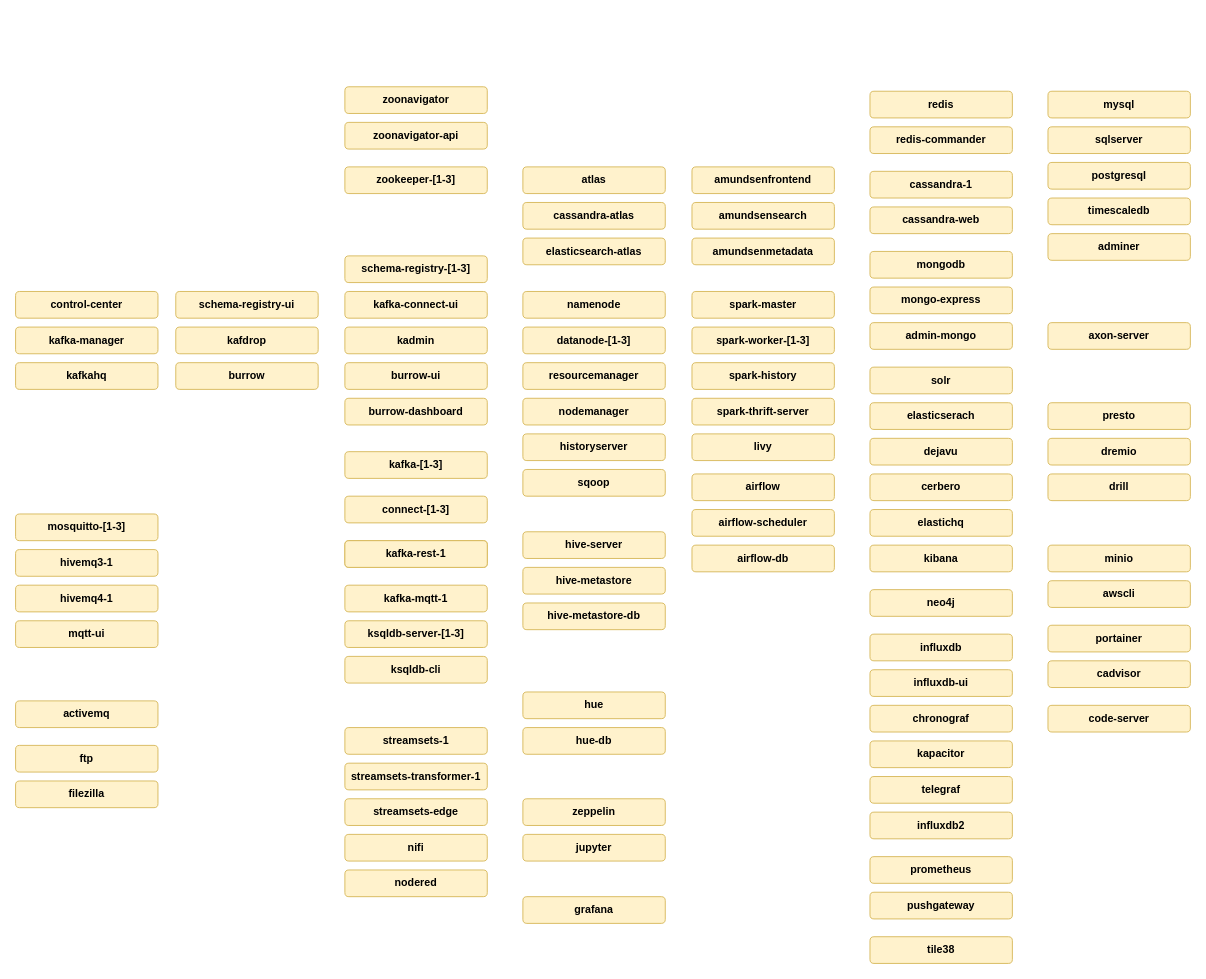
The draw.io diagram page "Page-1" (1 of 3) of platform-stacks/modern-data-platform/documentation/drawio/modern-data-platform.drawio in TrivadisPF/platys-modern-data-platform, before the edit. Source tidied: cells renumbered, new cells numbered last; positions are measured from the earlier drawing's top-left corner, leaving out a move shared by most shapes. Both pictures are drawn from the tidied source at 89%, with x=0, y=0 at pixel (15, 86).
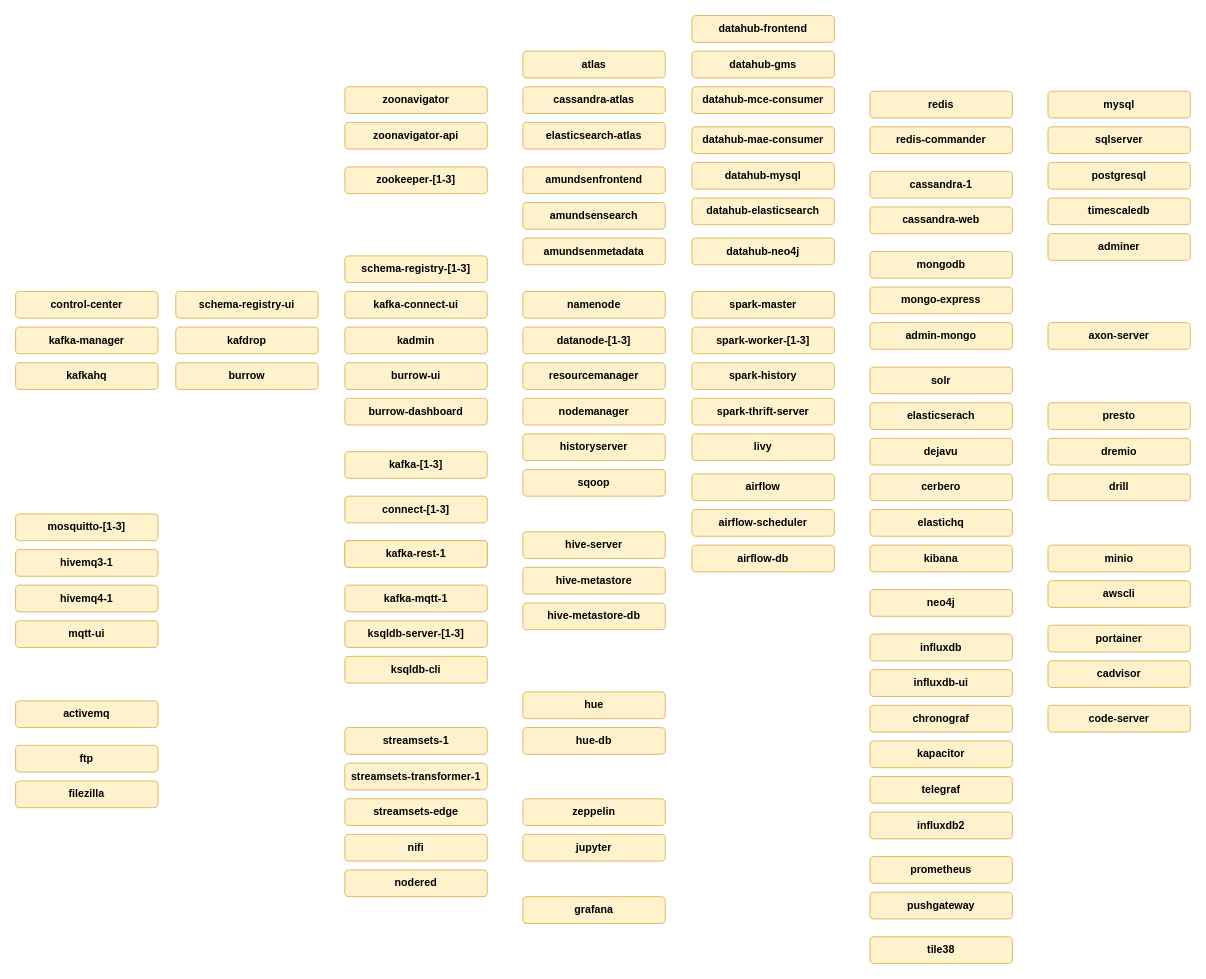
After the change.

Commit message (it also covers changes not shown here):
add support for DataHub #135

What changed in the source:
```diff
@@
     <mxCell id="4" value="&lt;span&gt;atlas&lt;/span&gt;" style="rounded=1;whiteSpace=wrap;html=1;fillColor=#fff2cc;strokeColor=#d6b656;fontStyle=1;" parent="1" vertex="1">
-      <mxGeometry x="570" y="90" width="160" height="30" as="geometry" />
+      <mxGeometry x="570" y="-40" width="160" height="30" as="geometry" />
     </mxCell>
@@
     <mxCell id="38" value="&lt;span&gt;cassandra-atlas&lt;/span&gt;" style="rounded=1;whiteSpace=wrap;html=1;fillColor=#fff2cc;strokeColor=#d6b656;fontStyle=1;" parent="1" vertex="1">
-      <mxGeometry x="570" y="130" width="160" height="30" as="geometry" />
+      <mxGeometry x="570" width="160" height="30" as="geometry" />
     </mxCell>
     <mxCell id="39" value="&lt;span&gt;elasticsearch-atlas&lt;/span&gt;" style="rounded=1;whiteSpace=wrap;html=1;fillColor=#fff2cc;strokeColor=#d6b656;fontStyle=1;" parent="1" vertex="1">
-      <mxGeometry x="570" y="170" width="160" height="30" as="geometry" />
+      <mxGeometry x="570" y="40" width="160" height="30" as="geometry" />
     </mxCell>
     <mxCell id="40" value="&lt;span&gt;amundsenfrontend&lt;/span&gt;" style="rounded=1;whiteSpace=wrap;html=1;fillColor=#fff2cc;strokeColor=#d6b656;fontStyle=1;" parent="1" vertex="1">
-      <mxGeometry x="760" y="90" width="160" height="30" as="geometry" />
+      <mxGeometry x="570" y="90" width="160" height="30" as="geometry" />
     </mxCell>
     <mxCell id="41" value="&lt;span&gt;amundsensearch&lt;/span&gt;" style="rounded=1;whiteSpace=wrap;html=1;fillColor=#fff2cc;strokeColor=#d6b656;fontStyle=1;" parent="1" vertex="1">
-      <mxGeometry x="760" y="130" width="160" height="30" as="geometry" />
+      <mxGeometry x="570" y="130" width="160" height="30" as="geometry" />
     </mxCell>
     <mxCell id="42" value="&lt;span&gt;amundsenmetadata&lt;/span&gt;" style="rounded=1;whiteSpace=wrap;html=1;fillColor=#fff2cc;strokeColor=#d6b656;fontStyle=1;" parent="1" vertex="1">
-      <mxGeometry x="760" y="170" width="160" height="30" as="geometry" />
+      <mxGeometry x="570" y="170" width="160" height="30" as="geometry" />
     </mxCell>
@@
+    <mxCell id="100" value="&lt;span&gt;datahub-frontend&lt;/span&gt;" style="rounded=1;whiteSpace=wrap;html=1;fillColor=#fff2cc;strokeColor=#d6b656;fontStyle=1;" parent="1" vertex="1">
+      <mxGeometry x="760" y="-80" width="160" height="30" as="geometry" />
+    </mxCell>
+    <mxCell id="101" value="datahub-gms" style="rounded=1;whiteSpace=wrap;html=1;fillColor=#fff2cc;strokeColor=#d6b656;fontStyle=1;" parent="1" vertex="1">
+      <mxGeometry x="760" y="-40" width="160" height="30" as="geometry" />
+    </mxCell>
+    <mxCell id="102" value="&lt;span&gt;datahub-mce-consumer&lt;/span&gt;" style="rounded=1;whiteSpace=wrap;html=1;fillColor=#fff2cc;strokeColor=#d6b656;fontStyle=1;" parent="1" vertex="1">
+      <mxGeometry x="760" width="160" height="30" as="geometry" />
+    </mxCell>
+    <mxCell id="103" value="&lt;span&gt;datahub-mae-consumer&lt;/span&gt;" style="rounded=1;whiteSpace=wrap;html=1;fillColor=#fff2cc;strokeColor=#d6b656;fontStyle=1;" parent="1" vertex="1">
+      <mxGeometry x="760" y="45" width="160" height="30" as="geometry" />
+    </mxCell>
+    <mxCell id="104" value="&lt;span&gt;datahub-mysql&lt;/span&gt;" style="rounded=1;whiteSpace=wrap;html=1;fillColor=#fff2cc;strokeColor=#d6b656;fontStyle=1;" parent="1" vertex="1">
+      <mxGeometry x="760" y="85" width="160" height="30" as="geometry" />
+    </mxCell>
+    <mxCell id="105" value="&lt;span&gt;datahub-elasticsearch&lt;/span&gt;" style="rounded=1;whiteSpace=wrap;html=1;fillColor=#fff2cc;strokeColor=#d6b656;fontStyle=1;" parent="1" vertex="1">
+      <mxGeometry x="760" y="125" width="160" height="30" as="geometry" />
+    </mxCell>
+    <mxCell id="106" value="&lt;span&gt;datahub-neo4j&lt;/span&gt;" style="rounded=1;whiteSpace=wrap;html=1;fillColor=#fff2cc;strokeColor=#d6b656;fontStyle=1;" parent="1" vertex="1">
+      <mxGeometry x="760" y="170" width="160" height="30" as="geometry" />
+    </mxCell>
```
